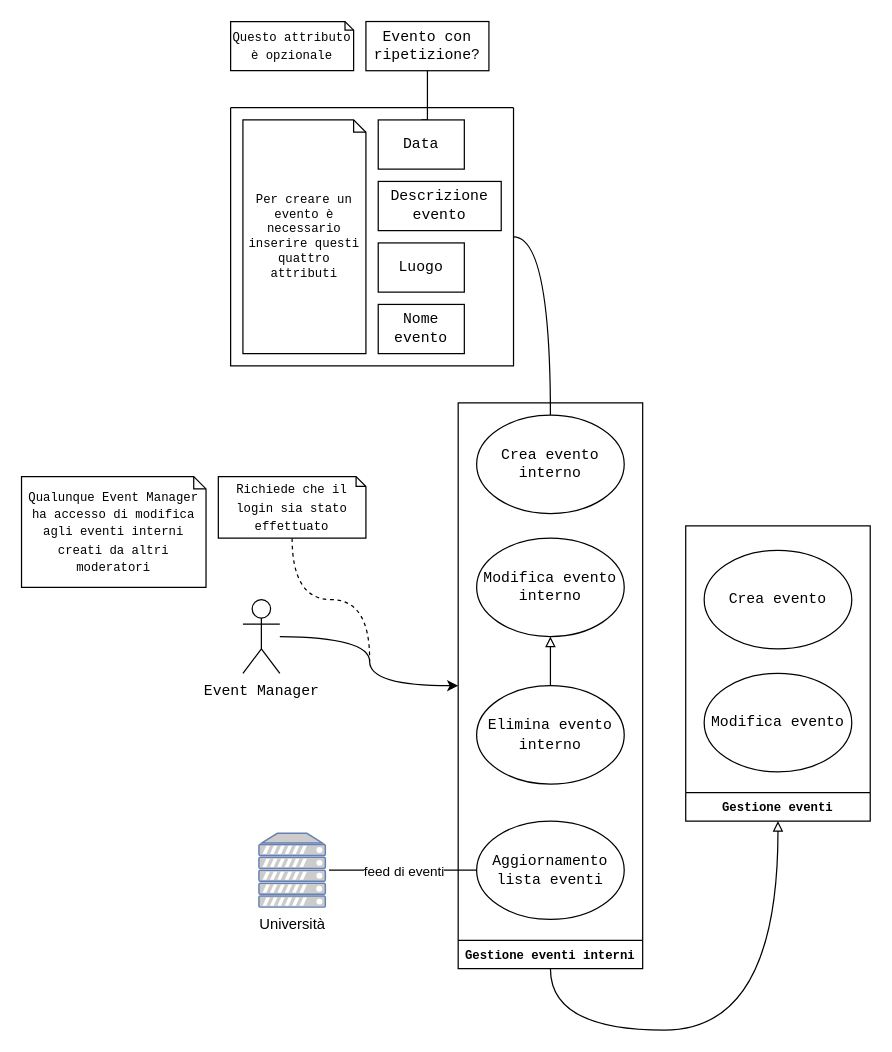
Before: uml/RF2.gestione_eventi.event_manager-uni.drawio in tomasel/IS_Univents, a draw.io diagram. Source tidied: cells renumbered, new cells numbered last; positions are measured from the earlier drawing's top-left corner, leaving out a move shared by most shapes. Both pictures are drawn from the tidied source at 123%, with x=0, y=0 at pixel (21, 21).
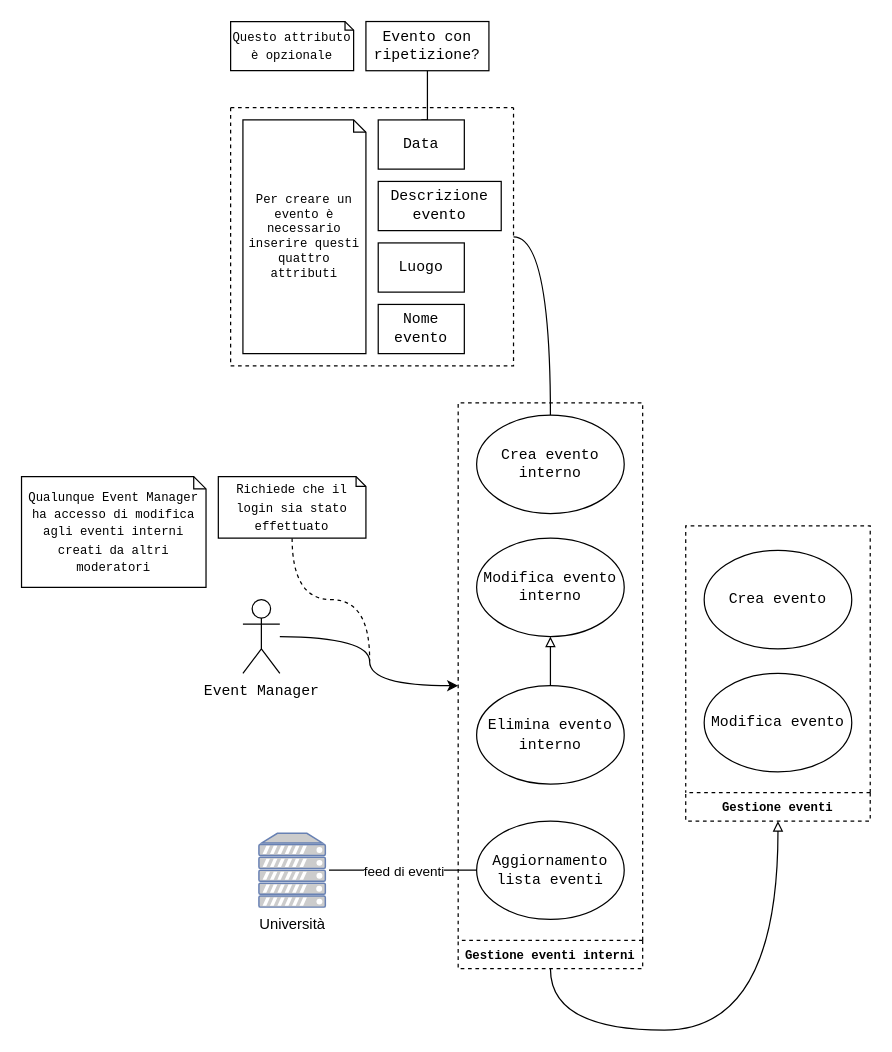
The same page after the edit.

Commit message (it also covers changes not shown here):
aggiunto uml RF 6 7 8 9

The edit, as a diff of the source:
```diff
@@
-    <mxCell id="11" style="swimlane;startSize=0;fontFamily=Courier New;fontSize=10;" parent="1" vertex="1">
+    <mxCell id="11" style="swimlane;startSize=0;fontFamily=Courier New;fontSize=10;dashed=1;" parent="1" vertex="1">
       <mxGeometry x="170" y="70" width="230" height="210" as="geometry" />
     </mxCell>
@@
-    <mxCell id="18" value="Gestione eventi interni" style="swimlane;fontFamily=Courier New;fontSize=10;direction=west;" parent="1" vertex="1">
+    <mxCell id="18" value="Gestione eventi interni" style="swimlane;fontFamily=Courier New;fontSize=10;direction=west;dashed=1;" parent="1" vertex="1">
       <mxGeometry x="355" y="310" width="150" height="460" as="geometry" />
     </mxCell>
@@
-    <mxCell id="24" value="Gestione eventi" style="swimlane;fontFamily=Courier New;fontSize=10;direction=west;" parent="1" vertex="1">
+    <mxCell id="24" value="Gestione eventi" style="swimlane;fontFamily=Courier New;fontSize=10;direction=west;dashed=1;" parent="1" vertex="1">
       <mxGeometry x="540" y="410" width="150" height="240" as="geometry" />
     </mxCell>
```
